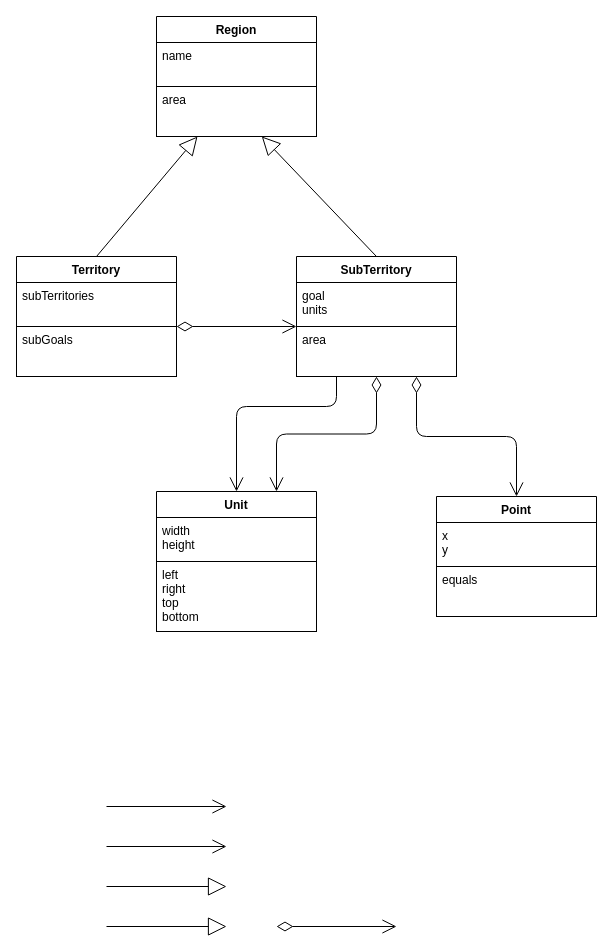
The draw.io diagram Tarefa 1.drawio in hashiprobr-classroom/aps-3-aps3_brena_juliana, before the edit. Source tidied: cells renumbered, new cells numbered last; positions are measured from the earlier drawing's top-left corner, leaving out a move shared by most shapes. Both pictures are drawn from the tidied source at 100%, with x=0, y=0 at pixel (16, 16).
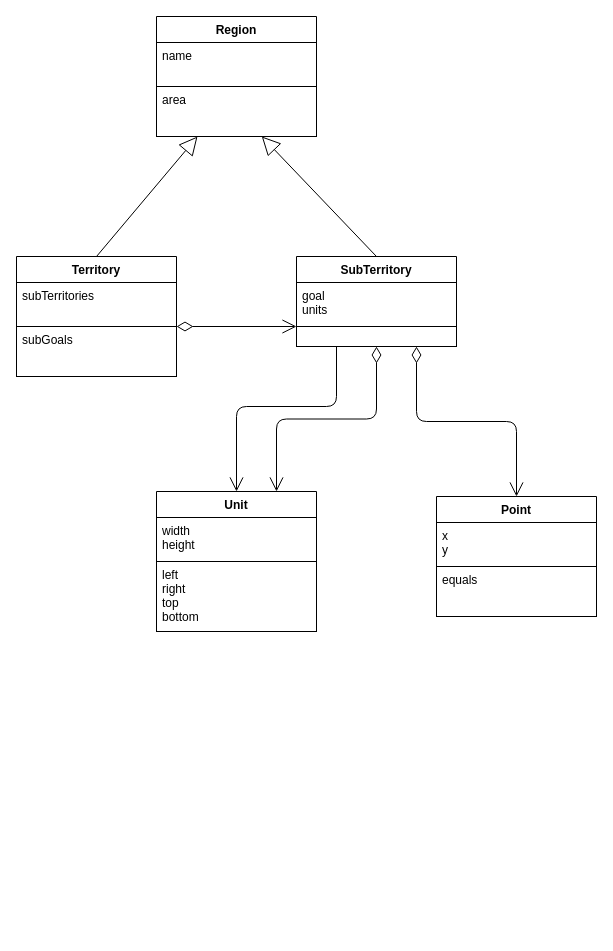
The same diagram, later.

Commit message:
Arrumando o diagrama

Unchanged cells that the change refers to:
```xml
<mxCell id="9" value="Territory" style="swimlane;fontStyle=1;align=center;verticalAlign=top;horizontal=1;startSize=26;fontColor=#000000;strokeColor=#000000;fillColor=#FFFFFF;" parent="1" vertex="1">
  <mxGeometry y="240" width="160" height="120" as="geometry" />
</mxCell>
<mxCell id="25" value="Unit" style="swimlane;fontStyle=1;align=center;verticalAlign=top;horizontal=1;startSize=26;fontColor=#000000;strokeColor=#000000;fillColor=#FFFFFF;" parent="1" vertex="1">
  <mxGeometry x="140" y="475" width="160" height="140" as="geometry" />
</mxCell>
```

Diff of the diagram source:
```diff
@@
-    <mxCell id="5" style="endArrow=open;html=1;endSize=12;startArrow=diamondThin;startSize=14;startFill=0;edgeStyle=orthogonalEdgeStyle;align=left;verticalAlign=bottom;fontColor=#000000;strokeColor=#000000;entryX=0.75;entryY=0;entryDx=0;entryDy=0;exitX=0.5;exitY=1;exitDx=0;exitDy=0;" parent="1" edge="1" source="12" target="25">
-      <mxGeometry x="-1" y="3" relative="1" as="geometry" />
-    </mxCell>
+    <mxCell id="28" style="endArrow=open;html=1;endSize=12;startArrow=diamondThin;startSize=14;startFill=0;edgeStyle=orthogonalEdgeStyle;align=left;verticalAlign=bottom;fontColor=#000000;strokeColor=#000000;entryX=0.75;entryY=0;entryDx=0;entryDy=0;exitX=0.5;exitY=1;exitDx=0;exitDy=0;" parent="1" edge="1" source="12" target="25">
+      <mxGeometry x="-1" y="3" relative="1" as="geometry" />
+    </mxCell>
@@
     <mxCell id="12" value="SubTerritory" style="swimlane;fontStyle=1;align=center;verticalAlign=top;horizontal=1;startSize=26;fontColor=#000000;strokeColor=#000000;fillColor=#FFFFFF;" parent="1" vertex="1">
-      <mxGeometry x="280" y="240" width="160" height="120" as="geometry" />
+      <mxGeometry x="280" y="240" width="160" height="90" as="geometry" />
     </mxCell>
@@
-    <mxCell id="14" value="area&#10;" style="text;strokeColor=#000000;fillColor=#FFFFFF;align=left;verticalAlign=top;spacingLeft=4;spacingRight=4;overflow=hidden;fontColor=#000000;" parent="12" vertex="1">
-      <mxGeometry y="70" width="160" height="50" as="geometry" />
-    </mxCell>
-    <mxCell id="15" style="endArrow=open;html=1;endSize=12;startArrow=diamondThin;startSize=14;startFill=0;edgeStyle=orthogonalEdgeStyle;align=left;verticalAlign=bottom;fontColor=#000000;strokeColor=#000000;" parent="1" edge="1">
-      <mxGeometry x="-1" y="3" relative="1" as="geometry">
-        <mxPoint x="160" y="310" as="sourcePoint" />
-        <mxPoint x="280" y="310" as="targetPoint" />
-      </mxGeometry>
-    </mxCell>
+    <mxCell id="29" value="&#10;" style="text;strokeColor=#000000;fillColor=#FFFFFF;align=left;verticalAlign=top;spacingLeft=4;spacingRight=4;overflow=hidden;fontColor=#000000;" parent="12" vertex="1">
+      <mxGeometry y="70" width="160" height="20" as="geometry" />
+    </mxCell>
+    <mxCell id="30" style="endArrow=open;html=1;endSize=12;startArrow=diamondThin;startSize=14;startFill=0;edgeStyle=orthogonalEdgeStyle;align=left;verticalAlign=bottom;fontColor=#000000;strokeColor=#000000;" parent="1" edge="1">
+      <mxGeometry x="-1" y="3" relative="1" as="geometry">
+        <mxPoint x="160" y="310" as="sourcePoint" />
+        <mxPoint x="280" y="310" as="targetPoint" />
+      </mxGeometry>
+    </mxCell>
@@
-    <mxCell id="17" style="endArrow=open;endFill=1;endSize=12;html=1;fontColor=#000000;strokeColor=#000000;exitX=0.25;exitY=1;exitDx=0;exitDy=0;entryX=0.5;entryY=0;entryDx=0;entryDy=0;" parent="1" edge="1" source="12" target="25">
-      <mxGeometry relative="1" as="geometry">
-        <Array as="points">
-          <mxPoint x="320" y="390" />
-          <mxPoint x="220" y="390" />
-        </Array>
-      </mxGeometry>
-    </mxCell>
-    <mxCell id="18" style="endArrow=open;endFill=1;endSize=12;html=1;fontColor=#000000;strokeColor=#000000;" parent="1" edge="1">
-      <mxGeometry relative="1" as="geometry">
-        <mxPoint x="90" y="790" as="sourcePoint" />
-        <mxPoint x="210" y="790" as="targetPoint" />
-      </mxGeometry>
-    </mxCell>
-    <mxCell id="19" style="endArrow=open;endFill=1;endSize=12;html=1;fontColor=#000000;strokeColor=#000000;" parent="1" edge="1">
-      <mxGeometry relative="1" as="geometry">
-        <mxPoint x="90" y="830" as="sourcePoint" />
-        <mxPoint x="210" y="830" as="targetPoint" />
-      </mxGeometry>
-    </mxCell>
-    <mxCell id="20" style="endArrow=open;html=1;endSize=12;startArrow=diamondThin;startSize=14;startFill=0;edgeStyle=orthogonalEdgeStyle;align=left;verticalAlign=bottom;fontColor=#000000;strokeColor=#000000;" parent="1" edge="1">
-      <mxGeometry x="-1" y="3" relative="1" as="geometry">
-        <mxPoint x="260" y="910" as="sourcePoint" />
-        <mxPoint x="380" y="910" as="targetPoint" />
-      </mxGeometry>
-    </mxCell>
-    <mxCell id="21" style="endArrow=block;endSize=16;endFill=0;html=1;strokeColor=#000000;fontColor=#000000;labelBackgroundColor=#FFFFFF;exitX=0.5;exitY=0;exitDx=0;exitDy=0;" parent="1" edge="1" source="9">
-      <mxGeometry relative="1" as="geometry">
-        <mxPoint x="181" y="120" as="targetPoint" />
-      </mxGeometry>
-    </mxCell>
+    <mxCell id="31" style="endArrow=open;endFill=1;endSize=12;html=1;fontColor=#000000;strokeColor=#000000;exitX=0.25;exitY=1;exitDx=0;exitDy=0;entryX=0.5;entryY=0;entryDx=0;entryDy=0;" parent="1" edge="1" source="12" target="25">
+      <mxGeometry relative="1" as="geometry">
+        <Array as="points">
+          <mxPoint x="320" y="390" />
+          <mxPoint x="220" y="390" />
+        </Array>
+      </mxGeometry>
+    </mxCell>
+    <mxCell id="32" style="endArrow=block;endSize=16;endFill=0;html=1;strokeColor=#000000;fontColor=#000000;labelBackgroundColor=#FFFFFF;exitX=0.5;exitY=0;exitDx=0;exitDy=0;" parent="1" edge="1" source="9">
+      <mxGeometry relative="1" as="geometry">
+        <mxPoint x="181" y="120" as="targetPoint" />
+      </mxGeometry>
+    </mxCell>
@@
-    <mxCell id="23" style="endArrow=block;endSize=16;endFill=0;html=1;strokeColor=#000000;fontColor=#000000;labelBackgroundColor=#FFFFFF;" parent="1" edge="1">
-      <mxGeometry relative="1" as="geometry">
-        <mxPoint x="90" y="870" as="sourcePoint" />
-        <mxPoint x="210" y="870" as="targetPoint" />
-      </mxGeometry>
-    </mxCell>
-    <mxCell id="24" style="endArrow=block;endSize=16;endFill=0;html=1;strokeColor=#000000;fontColor=#000000;labelBackgroundColor=#FFFFFF;" parent="1" edge="1">
-      <mxGeometry relative="1" as="geometry">
-        <mxPoint x="90" y="910" as="sourcePoint" />
-        <mxPoint x="210" y="910" as="targetPoint" />
-      </mxGeometry>
-    </mxCell>
```
